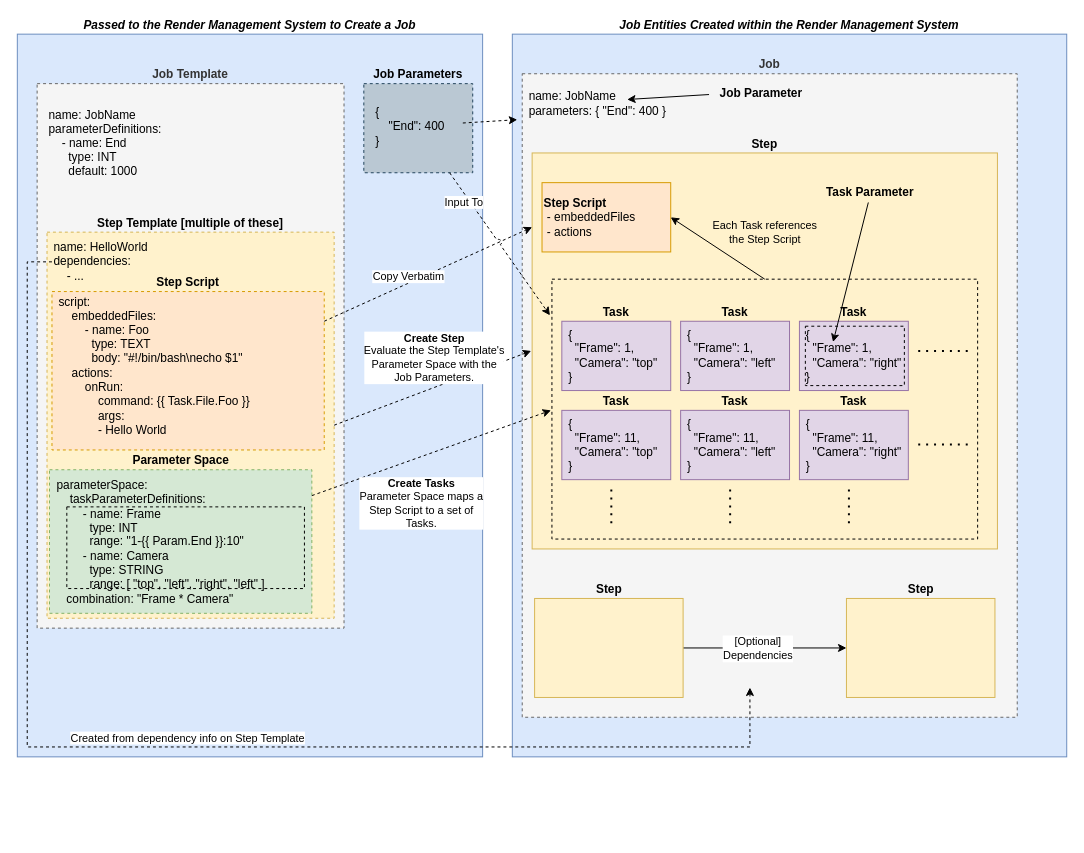
Earlier version of the draw.io diagram wiki/images/job_structure.drawio (OpenJobDescription/openjd-specifications). Source tidied: cells renumbered, new cells numbered last; positions are measured from the earlier drawing's top-left corner, leaving out a move shared by most shapes. Both pictures are drawn from the tidied source at 99%, with x=0, y=0 at pixel (17, 34).
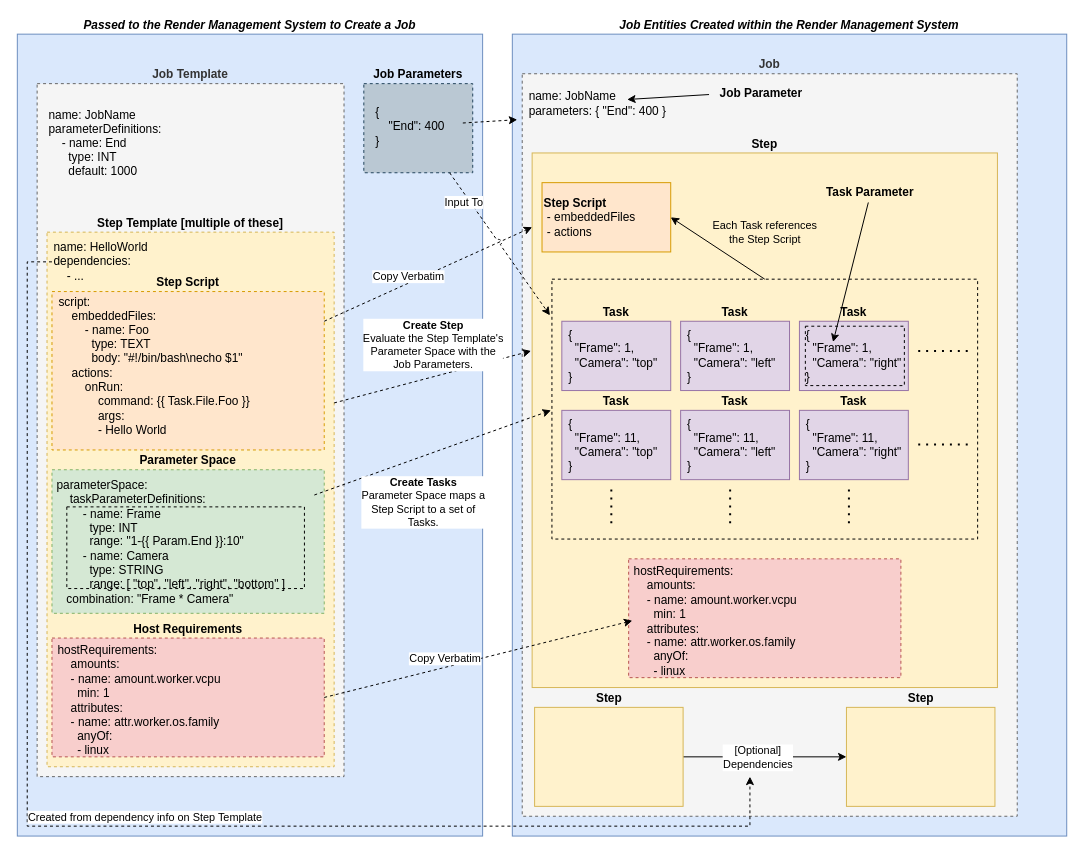
The same page after the edit.

Unchanged cells that the change refers to:
```xml
<mxCell id="8" value="script:&lt;br&gt;&amp;nbsp; &amp;nbsp; embeddedFiles:&lt;br&gt;&amp;nbsp; &amp;nbsp; &amp;nbsp; &amp;nbsp; - name: Foo&lt;br&gt;&amp;nbsp; &amp;nbsp; &amp;nbsp; &amp;nbsp; &amp;nbsp; type: TEXT&lt;br&gt;&amp;nbsp; &amp;nbsp; &amp;nbsp; &amp;nbsp; &amp;nbsp; body: &quot;#!/bin/bash\necho $1&quot;&lt;br&gt;&amp;nbsp; &amp;nbsp; actions:&lt;br&gt;&amp;nbsp; &amp;nbsp; &amp;nbsp; &amp;nbsp; onRun:&lt;br&gt;&amp;nbsp; &amp;nbsp; &amp;nbsp; &amp;nbsp; &amp;nbsp; &amp;nbsp; command: {{ Task.File.Foo }}&lt;br&gt;&amp;nbsp; &amp;nbsp; &amp;nbsp; &amp;nbsp; &amp;nbsp; &amp;nbsp; args:&lt;br&gt;&amp;nbsp; &amp;nbsp; &amp;nbsp; &amp;nbsp; &amp;nbsp; &amp;nbsp; - Hello World" style="text;html=1;strokeColor=none;fillColor=none;align=left;verticalAlign=middle;whiteSpace=wrap;rounded=0;dashed=1;" parent="1" vertex="1">
  <mxGeometry x="40" y="260" width="280" height="150" as="geometry" />
</mxCell>
<mxCell id="9" value="name: HelloWorld&lt;br&gt;dependencies: &lt;br&gt;&amp;nbsp; &amp;nbsp; - ..." style="text;html=1;strokeColor=none;fillColor=none;align=left;verticalAlign=middle;whiteSpace=wrap;rounded=0;dashed=1;" parent="1" vertex="1">
  <mxGeometry x="35" y="210" width="260" height="40" as="geometry" />
</mxCell>
```

Diff of the diagram source:
```diff
@@
     <mxCell id="2" value="&lt;b&gt;&lt;i&gt;Job Entities Created within the Render Management System&lt;/i&gt;&lt;/b&gt;" style="rounded=0;whiteSpace=wrap;html=1;fillColor=#dae8fc;strokeColor=#6c8ebf;labelPosition=center;verticalLabelPosition=top;align=center;verticalAlign=bottom;" parent="1" vertex="1">
-      <mxGeometry x="500" width="560" height="730" as="geometry" />
+      <mxGeometry x="500" width="560" height="810" as="geometry" />
     </mxCell>
     <mxCell id="3" value="&lt;b&gt;&lt;i&gt;Passed to the Render Management System to Create a Job&lt;/i&gt;&lt;/b&gt;" style="rounded=0;whiteSpace=wrap;html=1;fillColor=#dae8fc;strokeColor=#6c8ebf;labelPosition=center;verticalLabelPosition=top;align=center;verticalAlign=bottom;" parent="1" vertex="1">
-      <mxGeometry width="470" height="730" as="geometry" />
+      <mxGeometry width="470" height="810" as="geometry" />
     </mxCell>
     <mxCell id="4" value="&lt;b&gt;Job Template&lt;br&gt;&lt;/b&gt;" style="rounded=0;whiteSpace=wrap;html=1;fillColor=#f5f5f5;dashed=1;labelPosition=center;verticalLabelPosition=top;align=center;verticalAlign=bottom;fontColor=#333333;strokeColor=#666666;" parent="1" vertex="1">
-      <mxGeometry x="20" y="50" width="310" height="550" as="geometry" />
+      <mxGeometry x="20" y="50" width="310" height="700" as="geometry" />
     </mxCell>
     <mxCell id="5" value="&lt;b&gt;Step Template [multiple of these]&lt;/b&gt;" style="rounded=0;whiteSpace=wrap;html=1;fillColor=#fff2cc;dashed=1;labelPosition=center;verticalLabelPosition=top;align=center;verticalAlign=bottom;strokeColor=#d6b656;" parent="1" vertex="1">
-      <mxGeometry x="30" y="200" width="290" height="390" as="geometry" />
+      <mxGeometry x="30" y="200" width="290" height="540" as="geometry" />
     </mxCell>
@@
     <mxCell id="10" value="&lt;b&gt;Parameter Space&lt;/b&gt;" style="rounded=0;whiteSpace=wrap;html=1;fillColor=#d5e8d4;dashed=1;labelPosition=center;verticalLabelPosition=top;align=center;verticalAlign=bottom;strokeColor=#82b366;" parent="1" vertex="1">
-      <mxGeometry x="32.5" y="440" width="265" height="145" as="geometry" />
+      <mxGeometry x="35" y="440" width="275" height="145" as="geometry" />
     </mxCell>
-    <mxCell id="11" value="parameterSpace:&lt;br&gt;&amp;nbsp; &amp;nbsp; taskParameterDefinitions:&lt;br&gt;&amp;nbsp; &amp;nbsp; &amp;nbsp; &amp;nbsp; - name: Frame&lt;br&gt;&amp;nbsp; &amp;nbsp; &amp;nbsp; &amp;nbsp; &amp;nbsp; type: INT&lt;br&gt;&amp;nbsp; &amp;nbsp; &amp;nbsp; &amp;nbsp; &amp;nbsp; range: &quot;1-{{ Param.End }}:10&quot;&lt;br&gt;&amp;nbsp; &amp;nbsp; &amp;nbsp; &amp;nbsp; - name: Camera&lt;br&gt;&amp;nbsp; &amp;nbsp; &amp;nbsp; &amp;nbsp; &amp;nbsp; type: STRING&lt;br&gt;&amp;nbsp; &amp;nbsp; &amp;nbsp; &amp;nbsp; &amp;nbsp; range: [ &quot;top&quot;, &quot;left&quot;, &quot;right&quot;, &quot;left&quot; ]&lt;br&gt;&amp;nbsp; &amp;nbsp;combination: &quot;Frame * Camera&quot;" style="text;html=1;strokeColor=none;fillColor=none;align=left;verticalAlign=middle;whiteSpace=wrap;rounded=0;dashed=1;" parent="1" vertex="1">
-      <mxGeometry x="37.5" y="450" width="260" height="125" as="geometry" />
+    <mxCell id="11" value="parameterSpace:&lt;br&gt;&amp;nbsp; &amp;nbsp; taskParameterDefinitions:&lt;br&gt;&amp;nbsp; &amp;nbsp; &amp;nbsp; &amp;nbsp; - name: Frame&lt;br&gt;&amp;nbsp; &amp;nbsp; &amp;nbsp; &amp;nbsp; &amp;nbsp; type: INT&lt;br&gt;&amp;nbsp; &amp;nbsp; &amp;nbsp; &amp;nbsp; &amp;nbsp; range: &quot;1-{{ Param.End }}:10&quot;&lt;br&gt;&amp;nbsp; &amp;nbsp; &amp;nbsp; &amp;nbsp; - name: Camera&lt;br&gt;&amp;nbsp; &amp;nbsp; &amp;nbsp; &amp;nbsp; &amp;nbsp; type: STRING&lt;br&gt;&amp;nbsp; &amp;nbsp; &amp;nbsp; &amp;nbsp; &amp;nbsp; range: [ &quot;top&quot;, &quot;left&quot;, &quot;right&quot;, &quot;bottom&quot; ]&lt;br&gt;&amp;nbsp; &amp;nbsp;combination: &quot;Frame * Camera&quot;" style="text;html=1;strokeColor=none;fillColor=none;align=left;verticalAlign=middle;whiteSpace=wrap;rounded=0;dashed=1;" parent="1" vertex="1">
+      <mxGeometry x="37.5" y="450" width="262.5" height="125" as="geometry" />
     </mxCell>
@@
     <mxCell id="15" value="&lt;b&gt;Job&lt;br&gt;&lt;/b&gt;" style="rounded=0;whiteSpace=wrap;html=1;fillColor=#f5f5f5;dashed=1;labelPosition=center;verticalLabelPosition=top;align=center;verticalAlign=bottom;fontColor=#333333;strokeColor=#666666;" parent="1" vertex="1">
-      <mxGeometry x="510" y="40" width="500" height="650" as="geometry" />
+      <mxGeometry x="510" y="40" width="500" height="750" as="geometry" />
     </mxCell>
@@
     <mxCell id="17" value="&lt;b&gt;Step&lt;/b&gt;" style="rounded=0;whiteSpace=wrap;html=1;fillColor=#fff2cc;strokeColor=#d6b656;labelPosition=center;verticalLabelPosition=top;align=center;verticalAlign=bottom;" parent="1" vertex="1">
-      <mxGeometry x="520" y="120" width="470" height="400" as="geometry" />
+      <mxGeometry x="520" y="120" width="470" height="540" as="geometry" />
     </mxCell>
@@
     <mxCell id="41" value="&lt;b&gt;Step&lt;/b&gt;" style="rounded=0;whiteSpace=wrap;html=1;fillColor=#fff2cc;strokeColor=#d6b656;labelPosition=center;verticalLabelPosition=top;align=center;verticalAlign=bottom;" parent="1" vertex="1">
-      <mxGeometry x="522.5" y="570" width="150" height="100" as="geometry" />
+      <mxGeometry x="522.5" y="680" width="150" height="100" as="geometry" />
     </mxCell>
     <mxCell id="42" value="&lt;b&gt;Step&lt;/b&gt;" style="rounded=0;whiteSpace=wrap;html=1;fillColor=#fff2cc;strokeColor=#d6b656;labelPosition=center;verticalLabelPosition=top;align=center;verticalAlign=bottom;" parent="1" vertex="1">
-      <mxGeometry x="837.5" y="570" width="150" height="100" as="geometry" />
+      <mxGeometry x="837.5" y="680" width="150" height="100" as="geometry" />
     </mxCell>
@@
     <mxCell id="48" style="edgeStyle=orthogonalEdgeStyle;rounded=0;jumpStyle=arc;jettySize=auto;html=1;dashed=1;" parent="1" edge="1" source="9">
       <mxGeometry relative="1" as="geometry">
-        <mxPoint x="740" y="660" as="targetPoint" />
+        <mxPoint x="740" y="750" as="targetPoint" />
         <Array as="points">
           <mxPoint x="10" y="230" />
-          <mxPoint x="10" y="720" />
-          <mxPoint x="740" y="720" />
+          <mxPoint x="10" y="800" />
+          <mxPoint x="740" y="800" />
         </Array>
       </mxGeometry>
     </mxCell>
@@
-    <mxCell id="50" style="edgeStyle=none;rounded=0;jettySize=auto;html=1;dashed=1;exitX=1;exitY=0.5;exitDx=0;exitDy=0;" parent="1" edge="1" source="5">
+    <mxCell id="50" style="edgeStyle=none;rounded=0;jettySize=auto;html=1;dashed=1;exitX=1;exitY=0.75;exitDx=0;exitDy=0;" parent="1" edge="1" source="8">
       <mxGeometry relative="1" as="geometry">
         <mxPoint x="519" y="320" as="targetPoint" />
       </mxGeometry>
     </mxCell>
@@
+    <mxCell id="59" value="&lt;b&gt;Host Requirements&lt;/b&gt;" style="rounded=0;whiteSpace=wrap;html=1;fillColor=#f8cecc;dashed=1;labelPosition=center;verticalLabelPosition=top;align=center;verticalAlign=bottom;strokeColor=#b85450;" parent="1" vertex="1">
+      <mxGeometry x="35" y="610" width="275" height="120" as="geometry" />
+    </mxCell>
+    <mxCell id="60" value="hostRequirements:&lt;br&gt;&amp;nbsp; &amp;nbsp; amounts:&lt;br&gt;&amp;nbsp; &amp;nbsp; - name: amount.worker.vcpu&lt;br&gt;&amp;nbsp; &amp;nbsp; &amp;nbsp; min: 1&lt;br&gt;&amp;nbsp; &amp;nbsp; attributes:&lt;br&gt;&amp;nbsp; &amp;nbsp; - name: attr.worker.os.family&lt;br&gt;&amp;nbsp; &amp;nbsp; &amp;nbsp; anyOf:&lt;br&gt;&amp;nbsp; &amp;nbsp; &amp;nbsp; - linux" style="text;html=1;strokeColor=none;fillColor=none;align=left;verticalAlign=middle;whiteSpace=wrap;rounded=0;dashed=1;" parent="1" vertex="1">
+      <mxGeometry x="38.8" y="610" width="262.5" height="125" as="geometry" />
+    </mxCell>
+    <mxCell id="61" style="rounded=0;whiteSpace=wrap;html=1;fillColor=#f8cecc;dashed=1;labelPosition=center;verticalLabelPosition=top;align=center;verticalAlign=bottom;strokeColor=#b85450;" parent="1" vertex="1">
+      <mxGeometry x="617.5" y="530" width="275" height="120" as="geometry" />
+    </mxCell>
+    <mxCell id="62" value="hostRequirements:&lt;br&gt;&amp;nbsp; &amp;nbsp; amounts:&lt;br&gt;&amp;nbsp; &amp;nbsp; - name: amount.worker.vcpu&lt;br&gt;&amp;nbsp; &amp;nbsp; &amp;nbsp; min: 1&lt;br&gt;&amp;nbsp; &amp;nbsp; attributes:&lt;br&gt;&amp;nbsp; &amp;nbsp; - name: attr.worker.os.family&lt;br&gt;&amp;nbsp; &amp;nbsp; &amp;nbsp; anyOf:&lt;br&gt;&amp;nbsp; &amp;nbsp; &amp;nbsp; - linux" style="text;html=1;strokeColor=none;fillColor=none;align=left;verticalAlign=middle;whiteSpace=wrap;rounded=0;dashed=1;" parent="1" vertex="1">
+      <mxGeometry x="621.2" y="530" width="262.5" height="125" as="geometry" />
+    </mxCell>
+    <mxCell id="63" style="rounded=0;jettySize=auto;html=1;entryX=0;entryY=0.5;entryDx=0;entryDy=0;dashed=1;jumpStyle=arc;exitX=1;exitY=0.5;exitDx=0;exitDy=0;" parent="1" edge="1" source="59" target="62">
+      <mxGeometry relative="1" as="geometry" />
+    </mxCell>
+    <mxCell id="64" value="Copy Verbatim" style="edgeLabel;html=1;align=center;verticalAlign=middle;" parent="63" vertex="1">
+      <mxGeometry x="-0.27" y="-3" relative="1" as="geometry">
+        <mxPoint x="7" y="-14" as="offset" />
+      </mxGeometry>
+    </mxCell>
```
